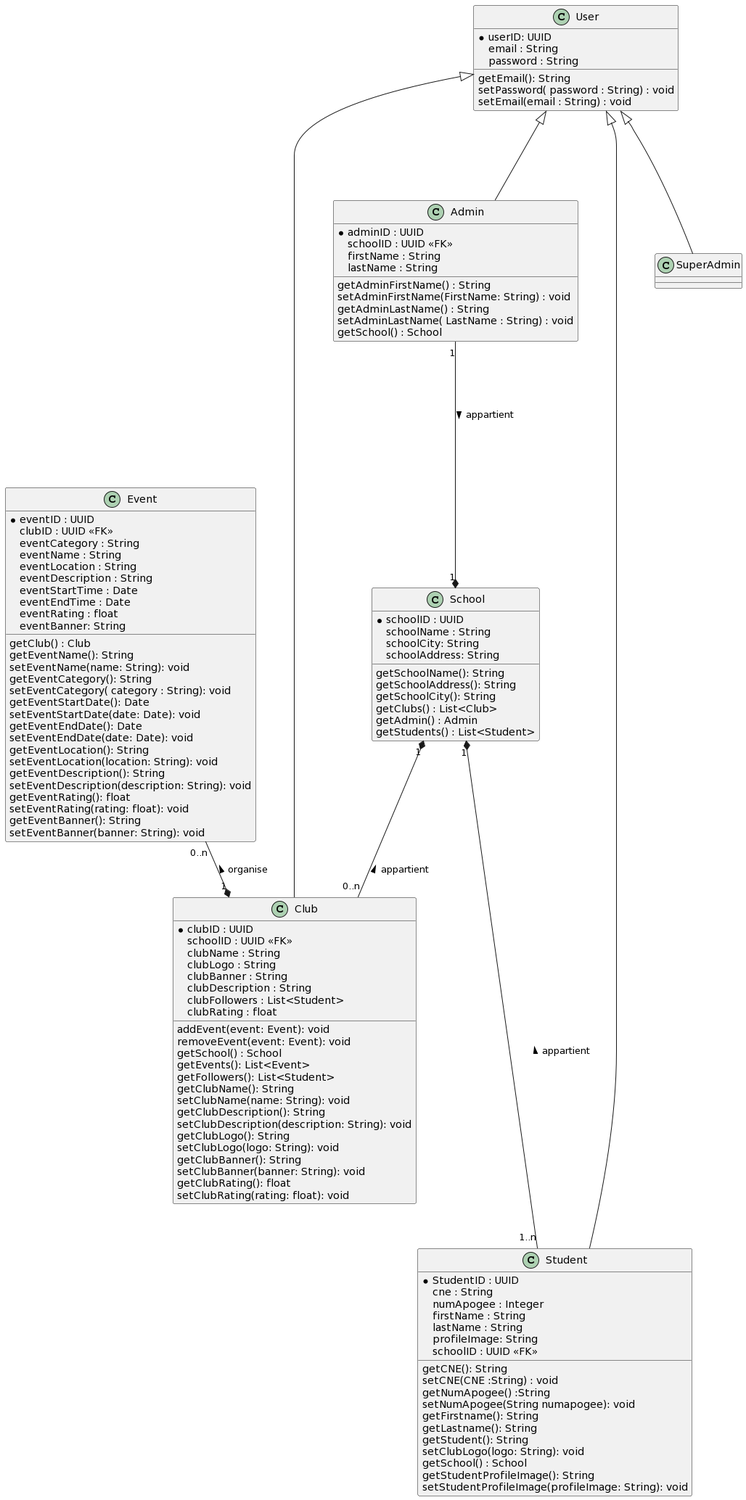
Above: UML Diagrams/class diagram.png in m-elhamlaoui/development-platform-biog (PlantUML), before the change.
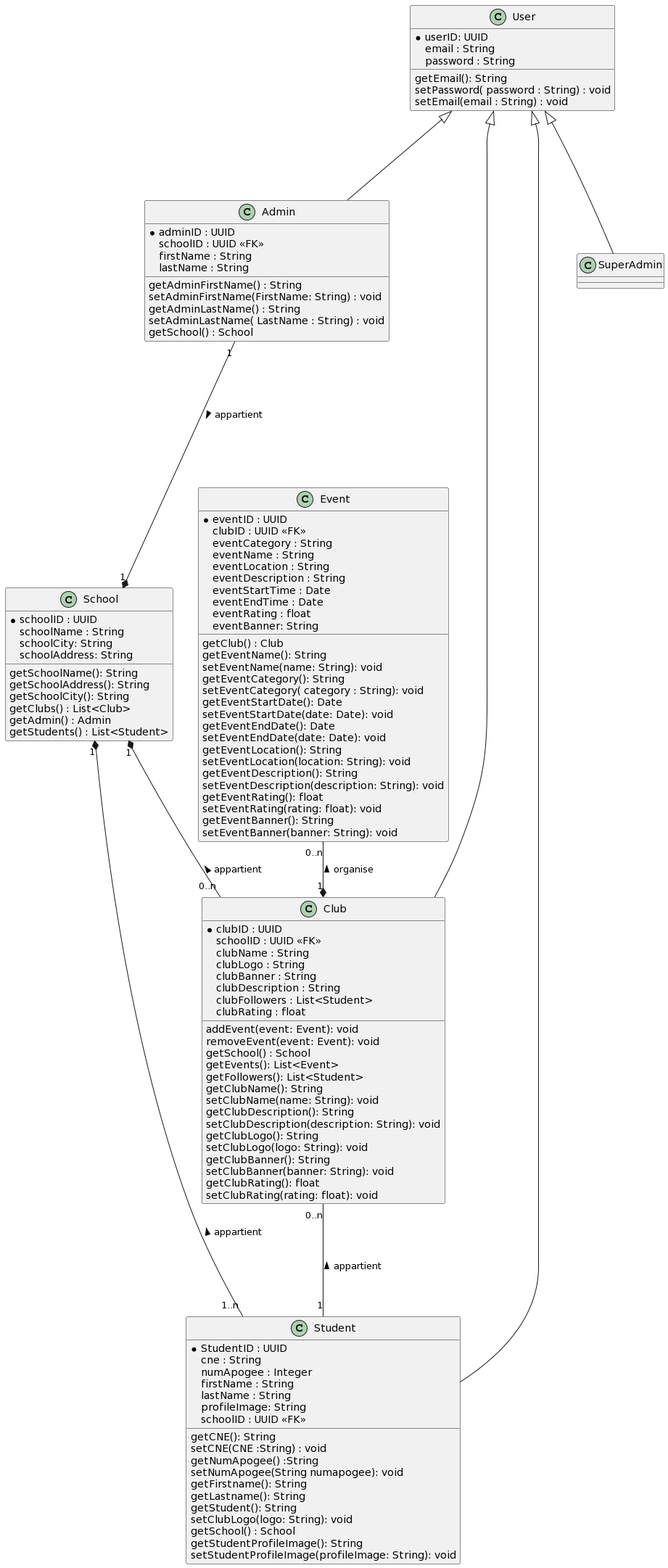
Above is the later version.

What changed in the source:
```diff
@@ -123,4 +123,5 @@
 School "1" *-- "0..n" Club : < appartient
 School "1" *--- "1..n" Student : < appartient
 Admin "1" ----* "1" School : > appartient
+Club "0..n" --- "1" Student : < appartient
 @enduml
```
